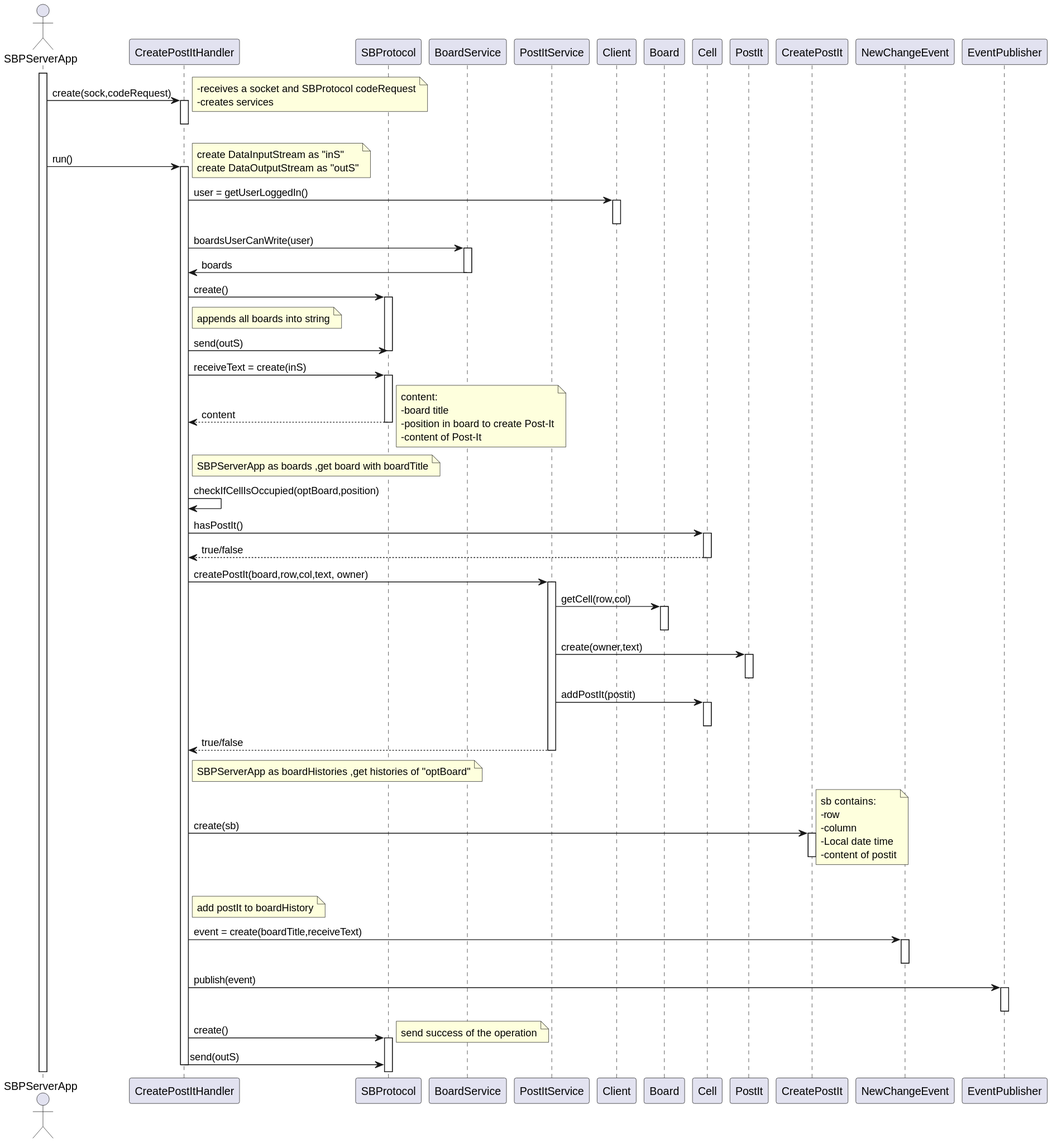
The PlantUML diagram docs/us_3006/serverSD.svg in jovami/isep-lapr4, before a commit.
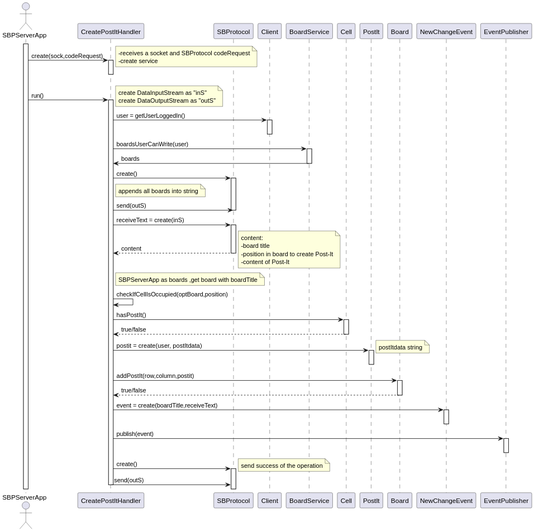
The same file after the commit.

Diff of the diagram source:
```diff
@@ -4,19 +4,17 @@
 
 participant CreatePostItHandler as handler
 participant SBProtocol as sbp
+participant Client as c_user
 participant BoardService as b_svc
-participant PostItService as p_svc
-participant Client as c_user
-participant Board as b
 participant Cell as cell
 participant PostIt as postit
-participant CreatePostIt as c_postit
+participant Board as b
 participant NewChangeEvent as nce
 participant EventPublisher as ep
 
 activate server
 server ->  handler: create(sock,codeRequest)
-    note right : -receives a socket and SBProtocol codeRequest\n-creates services
+    note right : -receives a socket and SBProtocol codeRequest\n-create service
     activate handler
 
     deactivate handler
@@ -58,28 +56,17 @@
             cell --> handler : true/false
         deactivate cell
 
+        handler -> postit : postit = create(user, postItdata)
+        note right : postItdata string
+        activate postit
+        deactivate postit
 
-        handler -> p_svc : createPostIt(board,row,col,text, owner)
-        activate p_svc
-               p_svc -> b : getCell(row,col)
-               activate b
-               deactivate b
-               p_svc -> postit : create(owner,text)
-               activate postit
-               deactivate postit
-               p_svc -> cell : addPostIt(postit)
-               activate cell
-               deactivate cell
-               p_svc --> handler : true/false
-        deactivate p_svc
-        note right of handler: SBPServerApp as boardHistories ,get histories of "optBoard"
-        handler -> c_postit : create(sb)
-        activate c_postit
-            note right : sb contains:\n-row\n-column\n-Local date time\n-content of postit
+        handler -> b : addPostIt(row,column,postit)
+        activate b
+            b --> handler : true/false
+        deactivate b
 
-        deactivate c_postit
 
-        note right of handler : add postIt to boardHistory
         handler -> nce : event = create(boardTitle,receiveText)
         activate nce
         deactivate nce
```
